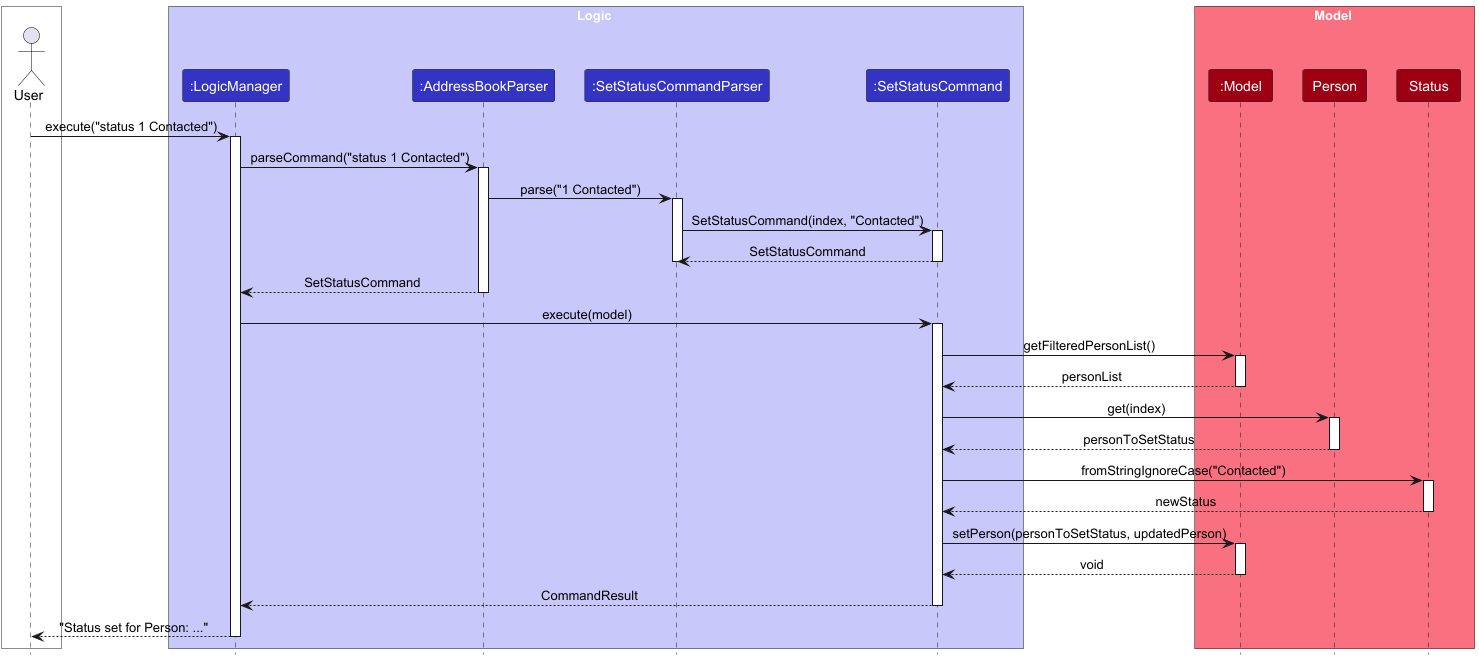
AY2526S1-CS2103T-T08-2/tp keeps this PlantUML diagram as docs/images/StatusCommandSequenceDiagram.png. Above is the earlier version. Its diagram source:
```plantuml
@startuml
!include style.puml
skinparam ArrowFontStyle plain

box External #white
actor User as user
end box

box Logic LOGIC_COLOR_T1
participant ":LogicManager" as logic LOGIC_COLOR
participant ":AddressBookParser" as abp LOGIC_COLOR
participant ":SetStatusCommandParser" as sscp LOGIC_COLOR
participant ":SetStatusCommand" as ssc LOGIC_COLOR
end box

box Model MODEL_COLOR_T1
participant ":Model" as model MODEL_COLOR
participant "Person" as person MODEL_COLOR
participant "Status" as status MODEL_COLOR
end box

user -> logic : execute("status 1 Contacted")
activate logic
logic -> abp : parseCommand("status 1 Contacted")
activate abp
abp -> sscp : parse("1 Contacted")
activate sscp
sscp -> ssc : SetStatusCommand(index, "Contacted")
activate ssc
ssc --> sscp : SetStatusCommand
deactivate ssc
deactivate sscp
abp --> logic : SetStatusCommand
deactivate abp
logic -> ssc : execute(model)
activate ssc
ssc -> model : getFilteredPersonList()
activate model
model --> ssc : personList
deactivate model
ssc -> person : get(index)
activate person
person --> ssc : personToSetStatus
deactivate person
ssc -> status : fromStringIgnoreCase("Contacted")
activate status
status --> ssc : newStatus
deactivate status
ssc -> model : setPerson(personToSetStatus, updatedPerson)
activate model
model --> ssc : void
deactivate model
ssc --> logic : CommandResult
deactivate ssc
logic --> user : "Status set for Person: ..."
deactivate logic
@enduml
```
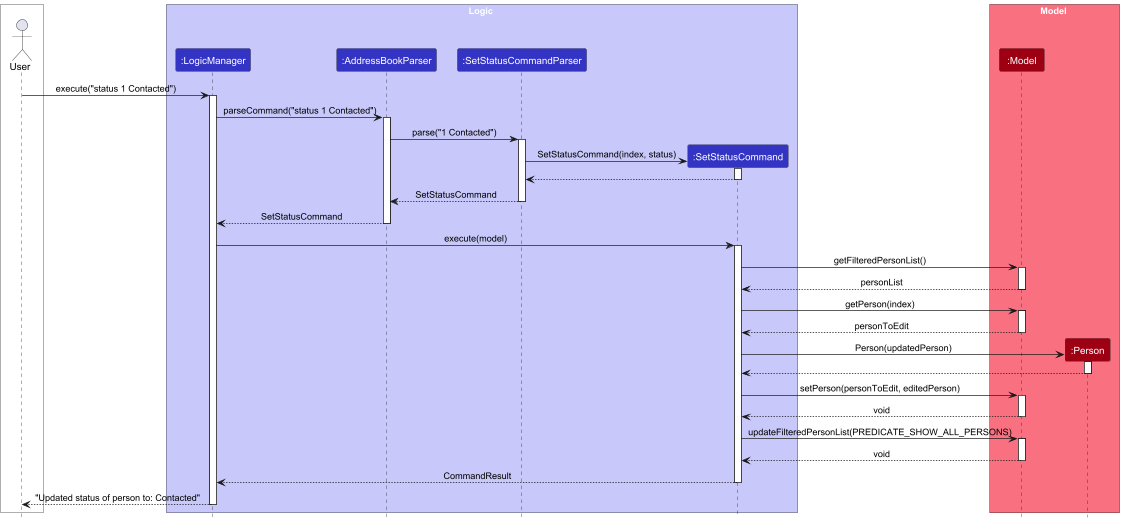
The same file after the commit.

Change to the diagram source:
```diff
@@ -15,8 +15,7 @@
 
 box Model MODEL_COLOR_T1
 participant ":Model" as model MODEL_COLOR
-participant "Person" as person MODEL_COLOR
-participant "Status" as status MODEL_COLOR
+participant ":Person" as person MODEL_COLOR
 end box
 
 user -> logic : execute("status 1 Contacted")
@@ -25,10 +24,12 @@
 activate abp
 abp -> sscp : parse("1 Contacted")
 activate sscp
-sscp -> ssc : SetStatusCommand(index, "Contacted")
+create ssc
+sscp -> ssc : SetStatusCommand(index, status)
 activate ssc
-ssc --> sscp : SetStatusCommand
+ssc --> sscp
 deactivate ssc
+sscp --> abp : SetStatusCommand
 deactivate sscp
 abp --> logic : SetStatusCommand
 deactivate abp
@@ -38,20 +39,25 @@
 activate model
 model --> ssc : personList
 deactivate model
-ssc -> person : get(index)
+ssc -> model : getPerson(index)
+activate model
+model --> ssc : personToEdit
+deactivate model
+create person
+ssc -> person : Person(updatedPerson)
 activate person
-person --> ssc : personToSetStatus
+person --> ssc
 deactivate person
-ssc -> status : fromStringIgnoreCase("Contacted")
-activate status
-status --> ssc : newStatus
-deactivate status
-ssc -> model : setPerson(personToSetStatus, updatedPerson)
+ssc -> model : setPerson(personToEdit, editedPerson)
+activate model
+model --> ssc : void
+deactivate model
+ssc -> model : updateFilteredPersonList(PREDICATE_SHOW_ALL_PERSONS)
 activate model
 model --> ssc : void
 deactivate model
 ssc --> logic : CommandResult
 deactivate ssc
-logic --> user : "Status set for Person: ..."
+logic --> user : "Updated status of person to: Contacted"
 deactivate logic
 @enduml
```
